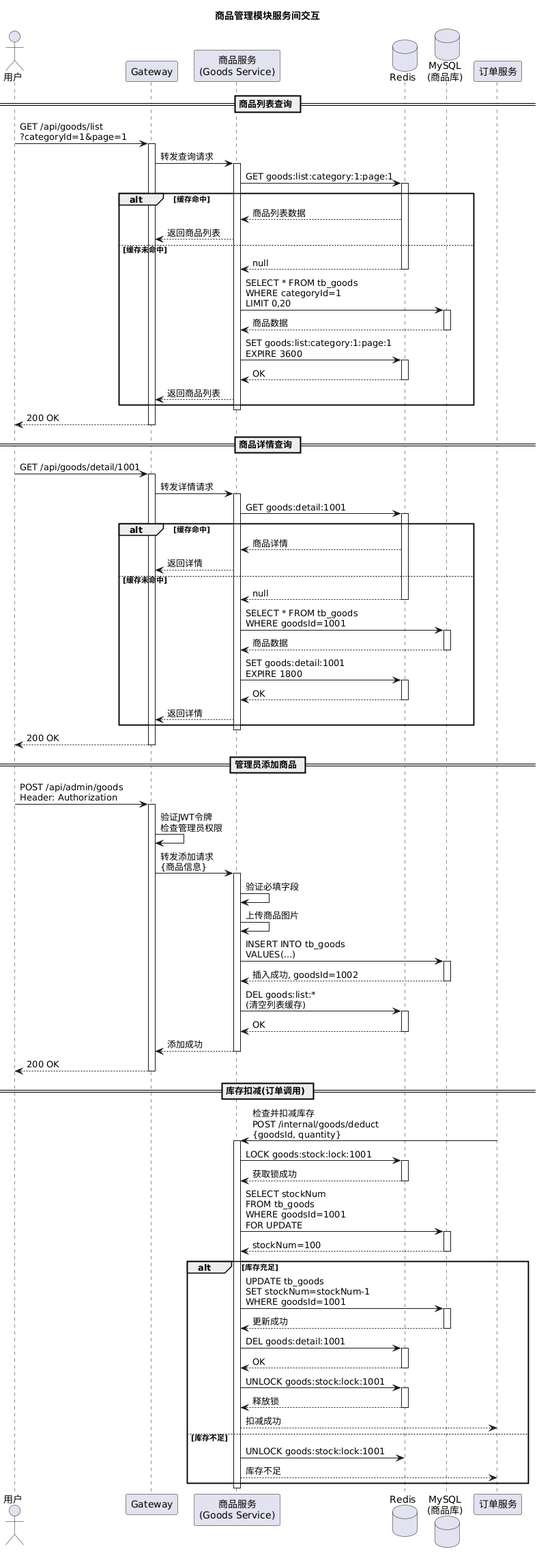
jiongQAQ/promptx_tools keeps this PlantUML diagram as projects/mall/paper/assets/diagrams/uml/sequence-goods.png. Above is the earlier version. Its diagram source:
```plantuml
@startuml
title 商品管理模块服务间交互

actor "用户" as User
participant "Gateway" as Gateway
participant "商品服务\n(Goods Service)" as GoodsService
database "Redis" as Redis
database "MySQL\n(商品库)" as GoodsDB

== 商品列表查询 ==

User -> Gateway: GET /api/goods/list\n?categoryId=1&page=1
activate Gateway

Gateway -> GoodsService: 转发查询请求
activate GoodsService

GoodsService -> Redis: GET goods:list:category:1:page:1
activate Redis

alt 缓存命中
  Redis --> GoodsService: 商品列表数据
  GoodsService --> Gateway: 返回商品列表

else 缓存未命中
  Redis --> GoodsService: null
  deactivate Redis

  GoodsService -> GoodsDB: SELECT * FROM tb_goods\nWHERE categoryId=1\nLIMIT 0,20
  activate GoodsDB
  GoodsDB --> GoodsService: 商品数据
  deactivate GoodsDB

  GoodsService -> Redis: SET goods:list:category:1:page:1\nEXPIRE 3600
  activate Redis
  Redis --> GoodsService: OK
  deactivate Redis

  GoodsService --> Gateway: 返回商品列表
end

deactivate GoodsService
Gateway --> User: 200 OK
deactivate Gateway

== 商品详情查询 ==

User -> Gateway: GET /api/goods/detail/1001
activate Gateway

Gateway -> GoodsService: 转发详情请求
activate GoodsService

GoodsService -> Redis: GET goods:detail:1001
activate Redis

alt 缓存命中
  Redis --> GoodsService: 商品详情
  GoodsService --> Gateway: 返回详情

else 缓存未命中
  Redis --> GoodsService: null
  deactivate Redis

  GoodsService -> GoodsDB: SELECT * FROM tb_goods\nWHERE goodsId=1001
  activate GoodsDB
  GoodsDB --> GoodsService: 商品数据
  deactivate GoodsDB

  GoodsService -> Redis: SET goods:detail:1001\nEXPIRE 1800
  activate Redis
  Redis --> GoodsService: OK
  deactivate Redis

  GoodsService --> Gateway: 返回详情
end

deactivate GoodsService
Gateway --> User: 200 OK
deactivate Gateway

== 管理员添加商品 ==

User -> Gateway: POST /api/admin/goods\nHeader: Authorization
activate Gateway

Gateway -> Gateway: 验证JWT令牌\n检查管理员权限

Gateway -> GoodsService: 转发添加请求\n{商品信息}
activate GoodsService

GoodsService -> GoodsService: 验证必填字段
GoodsService -> GoodsService: 上传商品图片

GoodsService -> GoodsDB: INSERT INTO tb_goods\nVALUES(...)
activate GoodsDB
GoodsDB --> GoodsService: 插入成功, goodsId=1002
deactivate GoodsDB

GoodsService -> Redis: DEL goods:list:*\n(清空列表缓存)
activate Redis
Redis --> GoodsService: OK
deactivate Redis

GoodsService --> Gateway: 添加成功
deactivate GoodsService
Gateway --> User: 200 OK
deactivate Gateway

== 库存扣减(订单调用) ==

participant "订单服务" as OrderService

OrderService -> GoodsService: 检查并扣减库存\nPOST /internal/goods/deduct\n{goodsId, quantity}
activate GoodsService

GoodsService -> Redis: LOCK goods:stock:lock:1001
activate Redis
Redis --> GoodsService: 获取锁成功
deactivate Redis

GoodsService -> GoodsDB: SELECT stockNum\nFROM tb_goods\nWHERE goodsId=1001\nFOR UPDATE
activate GoodsDB
GoodsDB --> GoodsService: stockNum=100
deactivate GoodsDB

alt 库存充足
  GoodsService -> GoodsDB: UPDATE tb_goods\nSET stockNum=stockNum-1\nWHERE goodsId=1001
  activate GoodsDB
  GoodsDB --> GoodsService: 更新成功
  deactivate GoodsDB

  GoodsService -> Redis: DEL goods:detail:1001
  activate Redis
  Redis --> GoodsService: OK
  deactivate Redis

  GoodsService -> Redis: UNLOCK goods:stock:lock:1001
  activate Redis
  Redis --> GoodsService: 释放锁
  deactivate Redis

  GoodsService --> OrderService: 扣减成功

else 库存不足
  GoodsService -> Redis: UNLOCK goods:stock:lock:1001
  GoodsService --> OrderService: 库存不足
end

deactivate GoodsService
@enduml
```
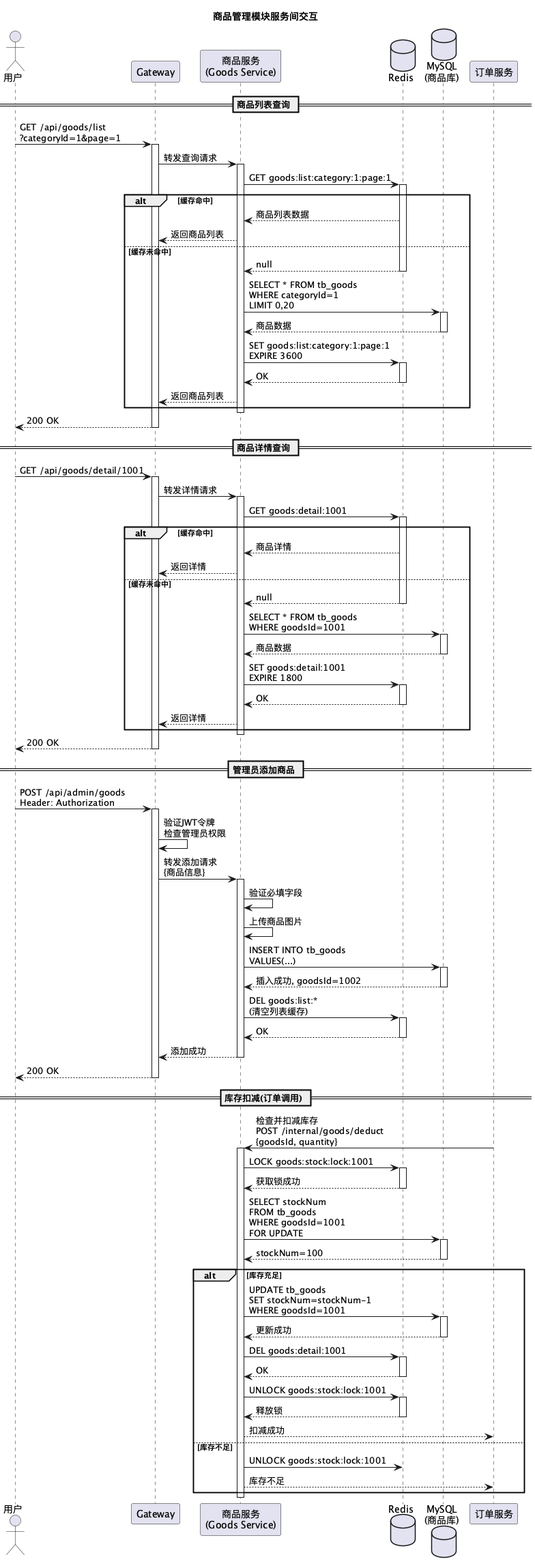
The same diagram one commit later.

What changed in the source:
```diff
@@ -1,4 +1,10 @@
-@startuml
+@startuml sequence-goods
+
+!pragma layout smetana
+skinparam linetype ortho
+skinparam nodesep 80
+skinparam ranksep 80
+
 title 商品管理模块服务间交互
 
 actor "用户" as User
@@ -148,4 +154,5 @@
 end
 
 deactivate GoodsService
+
 @enduml
```
